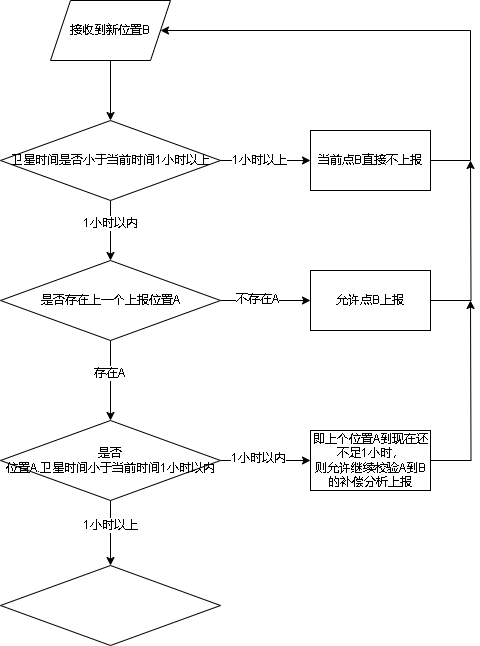
Earlier version of the draw.io export 809轨迹时间异常.drawio.png (xktder/draw). Source tidied: cells renumbered, new cells last; positions are measured from the earlier drawing's top-left corner, leaving out a move shared by most shapes.
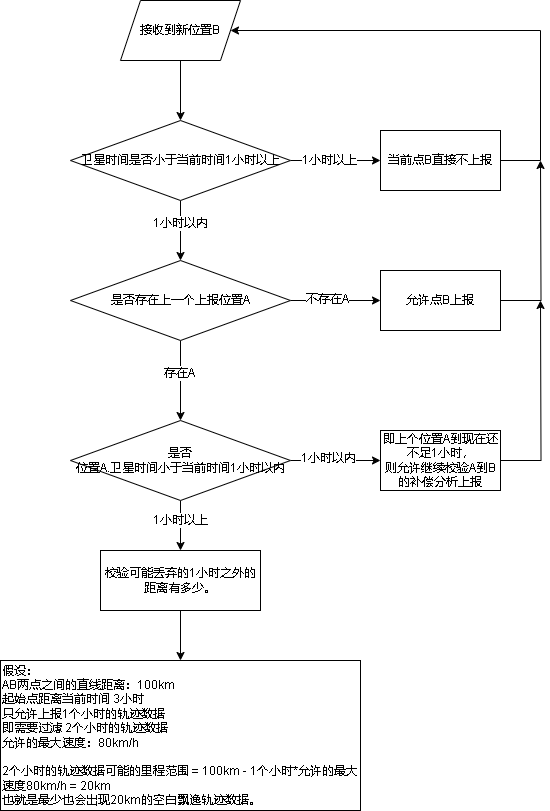
After the commit.

Commit message:
更新809轨迹时间异常.drawio.png

Diff of the diagram source:
```diff
@@ -63,7 +63,7 @@
     <mxCell id="19" value="1小时以内" style="edgeLabel;html=1;align=center;verticalAlign=middle;" parent="18" vertex="1">
       <mxGeometry x="-0.16" y="2" relative="1" as="geometry" />
     </mxCell>
-    <mxCell id="20" style="edgeStyle=orthogonalEdgeStyle;rounded=0;jettySize=auto;html=1;" parent="1" edge="1" source="22" target="25">
+    <mxCell id="20" style="edgeStyle=orthogonalEdgeStyle;rounded=0;jettySize=auto;html=1;entryX=0.5;entryY=0;entryDx=0;entryDy=0;" parent="1" edge="1" source="22" target="27">
       <mxGeometry relative="1" as="geometry" />
     </mxCell>
     <mxCell id="21" value="1小时以上" style="edgeLabel;html=1;align=center;verticalAlign=middle;" parent="20" vertex="1">
@@ -80,8 +80,14 @@
     <mxCell id="24" value="即上个位置A到现在还不足1小时，&lt;br&gt;则允许继续校验A到B的补偿分析上报" style="whiteSpace=wrap;html=1;" parent="1" vertex="1">
       <mxGeometry x="310" y="430" width="120" height="60" as="geometry" />
     </mxCell>
-    <mxCell id="25" style="rhombus;whiteSpace=wrap;html=1;" parent="1" vertex="1">
-      <mxGeometry y="565" width="220" height="80" as="geometry" />
-    </mxCell>
+    <mxCell id="26" style="edgeStyle=orthogonalEdgeStyle;rounded=0;jettySize=auto;html=1;" parent="1" edge="1" source="27" target="28">
+      <mxGeometry relative="1" as="geometry" />
+    </mxCell>
+    <mxCell id="27" value="校验可能丢弃的1小时之外的距离有多少。" style="rounded=0;whiteSpace=wrap;html=1;" parent="1" vertex="1">
+      <mxGeometry x="30" y="550" width="160" height="60" as="geometry" />
+    </mxCell>
+    <mxCell id="28" value="&lt;div&gt;假设：&lt;/div&gt;&lt;div&gt;AB两点之间的直线距离：100km&lt;span style=&quot;&quot;&gt;&lt;/span&gt;&lt;/div&gt;&lt;div&gt;&lt;span style=&quot;&quot;&gt;起始点距离当前时间 3小时&lt;/span&gt;&lt;/div&gt;&lt;div&gt;&lt;span style=&quot;&quot;&gt;只允许上报1个小时的轨迹数据&lt;/span&gt;&lt;/div&gt;&lt;div&gt;&lt;span style=&quot;&quot;&gt;即需要过滤 2个小时的轨迹数据&lt;/span&gt;&lt;/div&gt;&lt;div&gt;&lt;span style=&quot;&quot;&gt;允许的最大速度：80km/h&lt;/span&gt;&lt;/div&gt;&lt;div&gt;&lt;span style=&quot;&quot;&gt;&lt;span style=&quot;white-space: pre;&quot;&gt;&amp;nbsp;&amp;nbsp;&amp;nbsp;&amp;nbsp;&lt;/span&gt;&lt;span style=&quot;white-space: pre;&quot;&gt;&amp;nbsp;&amp;nbsp;&amp;nbsp;&amp;nbsp;&lt;/span&gt;&lt;span style=&quot;white-space: pre;&quot;&gt;&amp;nbsp;&amp;nbsp;&amp;nbsp;&amp;nbsp;&lt;/span&gt;&lt;span style=&quot;white-space: pre;&quot;&gt;&amp;nbsp;&amp;nbsp;&amp;nbsp;&amp;nbsp;&lt;/span&gt;&lt;span style=&quot;white-space: pre;&quot;&gt;&amp;nbsp;&amp;nbsp;&amp;nbsp;&amp;nbsp;&lt;/span&gt;&lt;span style=&quot;white-space: pre;&quot;&gt;&amp;nbsp;&amp;nbsp;&amp;nbsp;&amp;nbsp;&lt;/span&gt;&lt;span style=&quot;white-space: pre;&quot;&gt;&amp;nbsp;&amp;nbsp;&amp;nbsp;&amp;nbsp;&lt;/span&gt;&lt;span style=&quot;white-space: pre;&quot;&gt;&amp;nbsp;&amp;nbsp;&amp;nbsp;&amp;nbsp;&lt;/span&gt;&lt;span style=&quot;white-space: pre;&quot;&gt;&amp;nbsp;&amp;nbsp;&amp;nbsp;&amp;nbsp;&lt;/span&gt;&lt;span style=&quot;white-space: pre;&quot;&gt;&amp;nbsp;&amp;nbsp;&amp;nbsp;&amp;nbsp;&lt;/span&gt;&lt;span style=&quot;white-space: pre;&quot;&gt;&amp;nbsp;&amp;nbsp;&amp;nbsp;&amp;nbsp;&lt;/span&gt;&lt;span style=&quot;white-space: pre;&quot;&gt;&amp;nbsp;&amp;nbsp;&amp;nbsp;&amp;nbsp;&lt;/span&gt;&lt;span style=&quot;white-space: pre;&quot;&gt;&amp;nbsp;&amp;nbsp;&amp;nbsp;&amp;nbsp;&lt;/span&gt;&lt;span style=&quot;white-space: pre;&quot;&gt;&amp;nbsp;&amp;nbsp;&amp;nbsp;&amp;nbsp;&lt;/span&gt;&lt;span style=&quot;white-space: pre;&quot;&gt;&amp;nbsp;&amp;nbsp;&amp;nbsp;&amp;nbsp;&lt;/span&gt;&lt;span style=&quot;white-space: pre;&quot;&gt;&amp;nbsp;&amp;nbsp;&amp;nbsp;&amp;nbsp;&lt;/span&gt;&lt;span style=&quot;white-space: pre;&quot;&gt;&amp;nbsp;&amp;nbsp;&amp;nbsp;&amp;nbsp;&lt;/span&gt;&lt;span style=&quot;white-space: pre;&quot;&gt;&amp;nbsp;&amp;nbsp;&amp;nbsp;&amp;nbsp;&lt;/span&gt;&lt;/span&gt;&lt;/div&gt;&lt;div&gt;&lt;span style=&quot;&quot;&gt;2个小时的轨迹数据可能的里程范围 = 100km - 1个小时*允许的最大速度80km/h = 20km&lt;/span&gt;&lt;/div&gt;&lt;div&gt;&lt;span style=&quot;&quot;&gt;也就是最少也会出现20km的空白飘逸轨迹数据。&lt;/span&gt;&lt;/div&gt;" style="rounded=0;whiteSpace=wrap;html=1;align=left;" parent="1" vertex="1">
+      <mxGeometry x="-70" y="660" width="360" height="150" as="geometry" />
+    </mxCell>
   </root>
 </mxGraphModel>
```
